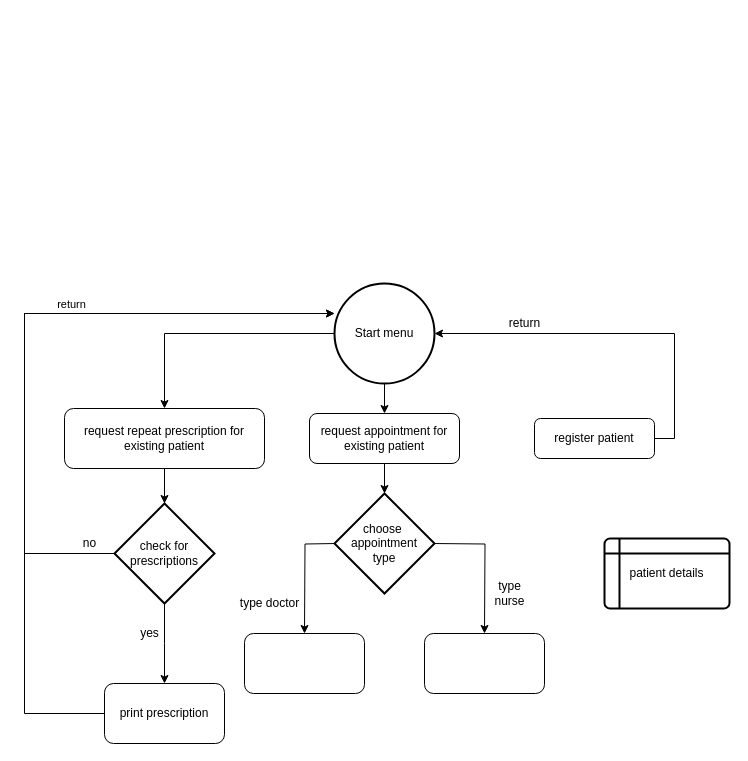
Earlier version of the draw.io diagram Untitled Diagram.drawio (Richard-A-llen/Python). Source tidied: cells renumbered, new cells numbered last; positions are measured from the earlier drawing's top-left corner, leaving out a move shared by most shapes. Both pictures are drawn from the tidied source at 100%, with x=0, y=0 at pixel (24, 283).
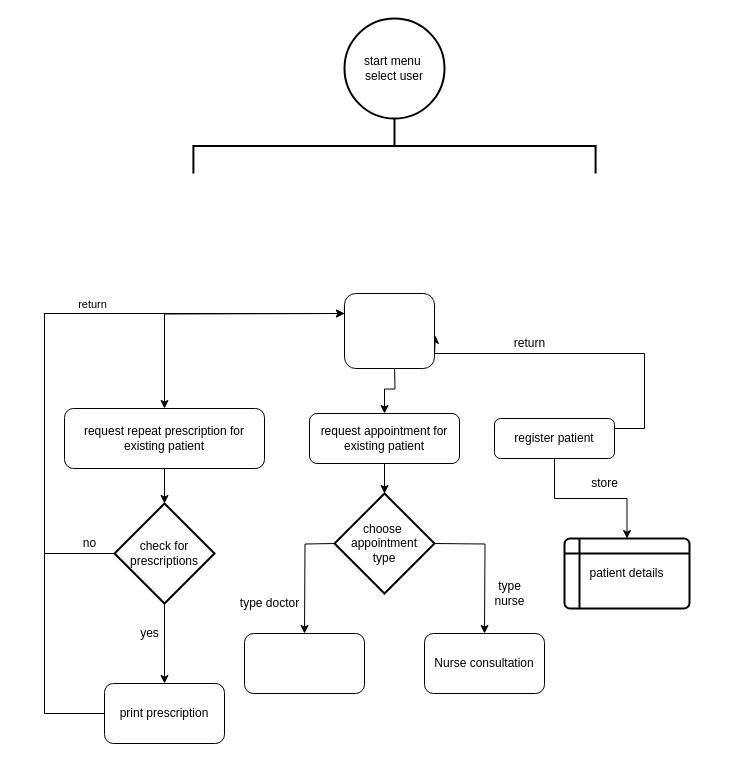
Above is the later version.

The change refers to these unchanged cells:
```xml
<mxCell id="11" value="request appointment for existing patient" style="rounded=1;whiteSpace=wrap;html=1;" parent="1" vertex="1">
  <mxGeometry x="285" y="130" width="150" height="50" as="geometry" />
</mxCell>
<mxCell id="13" value="request repeat prescription for existing patient" style="rounded=1;whiteSpace=wrap;html=1;" parent="1" vertex="1">
  <mxGeometry x="40" y="125" width="200" height="60" as="geometry" />
</mxCell>
<mxCell id="22" value="check for&lt;br&gt;prescriptions" style="strokeWidth=2;html=1;shape=mxgraph.flowchart.decision;whiteSpace=wrap;rounded=1;" parent="1" vertex="1">
  <mxGeometry x="90" y="220" width="100" height="100" as="geometry" />
</mxCell>
<mxCell id="26" value="print prescription" style="rounded=1;whiteSpace=wrap;html=1;" parent="1" vertex="1">
  <mxGeometry x="80" y="400" width="120" height="60" as="geometry" />
</mxCell>
```

The edit, as a diff of the source:
```diff
@@
-    <mxCell id="2" style="edgeStyle=orthogonalEdgeStyle;rounded=0;jettySize=auto;html=1;exitX=1;exitY=0.25;exitDx=0;exitDy=0;entryX=1;entryY=0.5;entryDx=0;entryDy=0;entryPerimeter=0;" parent="1" edge="1" source="3" target="18">
+    <mxCell id="2" style="edgeStyle=orthogonalEdgeStyle;rounded=0;jettySize=auto;html=1;exitX=1;exitY=0.25;exitDx=0;exitDy=0;entryX=0.908;entryY=0.718;entryDx=0;entryDy=0;entryPerimeter=0;" parent="1" edge="1" source="3">
       <mxGeometry relative="1" as="geometry">
+        <mxPoint x="410.8" y="51.8" as="targetPoint" />
         <Array as="points">
-          <mxPoint x="630" y="155" />
-          <mxPoint x="650" y="155" />
-          <mxPoint x="650" y="50" />
+          <mxPoint x="620" y="145" />
+          <mxPoint x="620" y="70" />
+          <mxPoint x="410" y="70" />
+          <mxPoint x="410" y="72" />
         </Array>
       </mxGeometry>
     </mxCell>
+    <mxCell id="28" style="edgeStyle=orthogonalEdgeStyle;rounded=0;jettySize=auto;html=1;exitX=0.5;exitY=1;exitDx=0;exitDy=0;entryX=0.5;entryY=0;entryDx=0;entryDy=0;" parent="1" edge="1" source="3" target="14">
+      <mxGeometry relative="1" as="geometry" />
+    </mxCell>
     <mxCell id="3" value="register patient" style="rounded=1;whiteSpace=wrap;html=1;fontSize=12;glass=0;strokeWidth=1;shadow=0;" parent="1" vertex="1">
-      <mxGeometry x="510" y="135" width="120" height="40" as="geometry" />
+      <mxGeometry x="470" y="135" width="120" height="40" as="geometry" />
     </mxCell>
@@
-    <mxCell id="6" style="rounded=1;whiteSpace=wrap;html=1;" parent="1" vertex="1">
+    <mxCell id="6" value="Nurse consultation" style="rounded=1;whiteSpace=wrap;html=1;" parent="1" vertex="1">
       <mxGeometry x="400" y="350" width="120" height="60" as="geometry" />
     </mxCell>
@@
     <mxCell id="14" value="patient details" style="shape=internalStorage;whiteSpace=wrap;html=1;dx=15;dy=15;rounded=1;arcSize=8;strokeWidth=2;" parent="1" vertex="1">
-      <mxGeometry x="580" y="255" width="125" height="70" as="geometry" />
+      <mxGeometry x="540" y="255" width="125" height="70" as="geometry" />
     </mxCell>
@@
-    <mxCell id="16" style="edgeStyle=orthogonalEdgeStyle;rounded=0;jettySize=auto;html=1;exitX=0;exitY=0.5;exitDx=0;exitDy=0;exitPerimeter=0;" parent="1" edge="1" source="18" target="13">
-      <mxGeometry relative="1" as="geometry" />
+    <mxCell id="16" style="edgeStyle=orthogonalEdgeStyle;rounded=0;jettySize=auto;html=1;exitX=0;exitY=0.5;exitDx=0;exitDy=0;exitPerimeter=0;" parent="1" edge="1" target="13">
+      <mxGeometry relative="1" as="geometry">
+        <mxPoint x="320" y="30" as="sourcePoint" />
+      </mxGeometry>
     </mxCell>
-    <mxCell id="17" style="edgeStyle=orthogonalEdgeStyle;rounded=0;jettySize=auto;html=1;" parent="1" edge="1" source="18" target="11">
-      <mxGeometry relative="1" as="geometry" />
+    <mxCell id="17" style="edgeStyle=orthogonalEdgeStyle;rounded=0;jettySize=auto;html=1;" parent="1" edge="1" target="11">
+      <mxGeometry relative="1" as="geometry">
+        <mxPoint x="370" y="80" as="sourcePoint" />
+      </mxGeometry>
     </mxCell>
-    <mxCell id="18" value="&lt;span&gt;Start menu&lt;/span&gt;" style="strokeWidth=2;html=1;shape=mxgraph.flowchart.start_2;whiteSpace=wrap;rounded=1;" parent="1" vertex="1">
-      <mxGeometry x="310" width="100" height="100" as="geometry" />
-    </mxCell>
     <mxCell id="19" value="return" style="text;html=1;align=center;verticalAlign=middle;strokeColor=none;fillColor=none;" parent="1" vertex="1">
-      <mxGeometry x="475" y="30" width="50" height="20" as="geometry" />
+      <mxGeometry x="480" y="50" width="50" height="20" as="geometry" />
     </mxCell>
@@
-    <mxCell id="21" style="edgeStyle=orthogonalEdgeStyle;rounded=0;jettySize=auto;html=1;exitX=0;exitY=0.5;exitDx=0;exitDy=0;exitPerimeter=0;" parent="1" edge="1" source="22" target="18">
+    <mxCell id="21" style="edgeStyle=orthogonalEdgeStyle;rounded=0;jettySize=auto;html=1;exitX=0;exitY=0.5;exitDx=0;exitDy=0;exitPerimeter=0;" parent="1" edge="1" source="22">
       <mxGeometry relative="1" as="geometry">
+        <mxPoint x="320" y="30" as="targetPoint" />
         <Array as="points">
-          <mxPoint y="270" />
-          <mxPoint y="30" />
+          <mxPoint x="20" y="270" />
+          <mxPoint x="20" y="30" />
         </Array>
       </mxGeometry>
     </mxCell>
@@
-    <mxCell id="24" style="edgeStyle=orthogonalEdgeStyle;rounded=0;jettySize=auto;html=1;exitX=0;exitY=0.5;exitDx=0;exitDy=0;" parent="1" edge="1" source="26" target="18">
+    <mxCell id="24" style="edgeStyle=orthogonalEdgeStyle;rounded=0;jettySize=auto;html=1;exitX=0;exitY=0.5;exitDx=0;exitDy=0;" parent="1" edge="1" source="26">
       <mxGeometry relative="1" as="geometry">
+        <mxPoint x="320" y="30" as="targetPoint" />
         <Array as="points">
-          <mxPoint y="430" />
-          <mxPoint y="30" />
+          <mxPoint x="20" y="430" />
+          <mxPoint x="20" y="30" />
         </Array>
       </mxGeometry>
     </mxCell>
@@
+    <mxCell id="29" value="store" style="text;html=1;align=center;verticalAlign=middle;strokeColor=none;fillColor=none;" parent="1" vertex="1">
+      <mxGeometry x="560" y="190" width="40" height="20" as="geometry" />
+    </mxCell>
+    <mxCell id="30" value="start menu&amp;nbsp;&lt;br&gt;select user" style="strokeWidth=2;html=1;shape=mxgraph.flowchart.start_2;whiteSpace=wrap;rounded=1;" parent="1" vertex="1">
+      <mxGeometry x="320" y="-265" width="100" height="100" as="geometry" />
+    </mxCell>
+    <mxCell id="31" style="strokeWidth=2;html=1;shape=mxgraph.flowchart.annotation_2;align=left;labelPosition=right;rounded=1;rotation=90;" parent="1" vertex="1">
+      <mxGeometry x="342.5" y="-338.6" width="55" height="402.2" as="geometry" />
+    </mxCell>
+    <mxCell id="32" style="rounded=1;whiteSpace=wrap;html=1;" parent="1" vertex="1">
+      <mxGeometry x="320" y="10" width="90" height="75" as="geometry" />
+    </mxCell>
```
